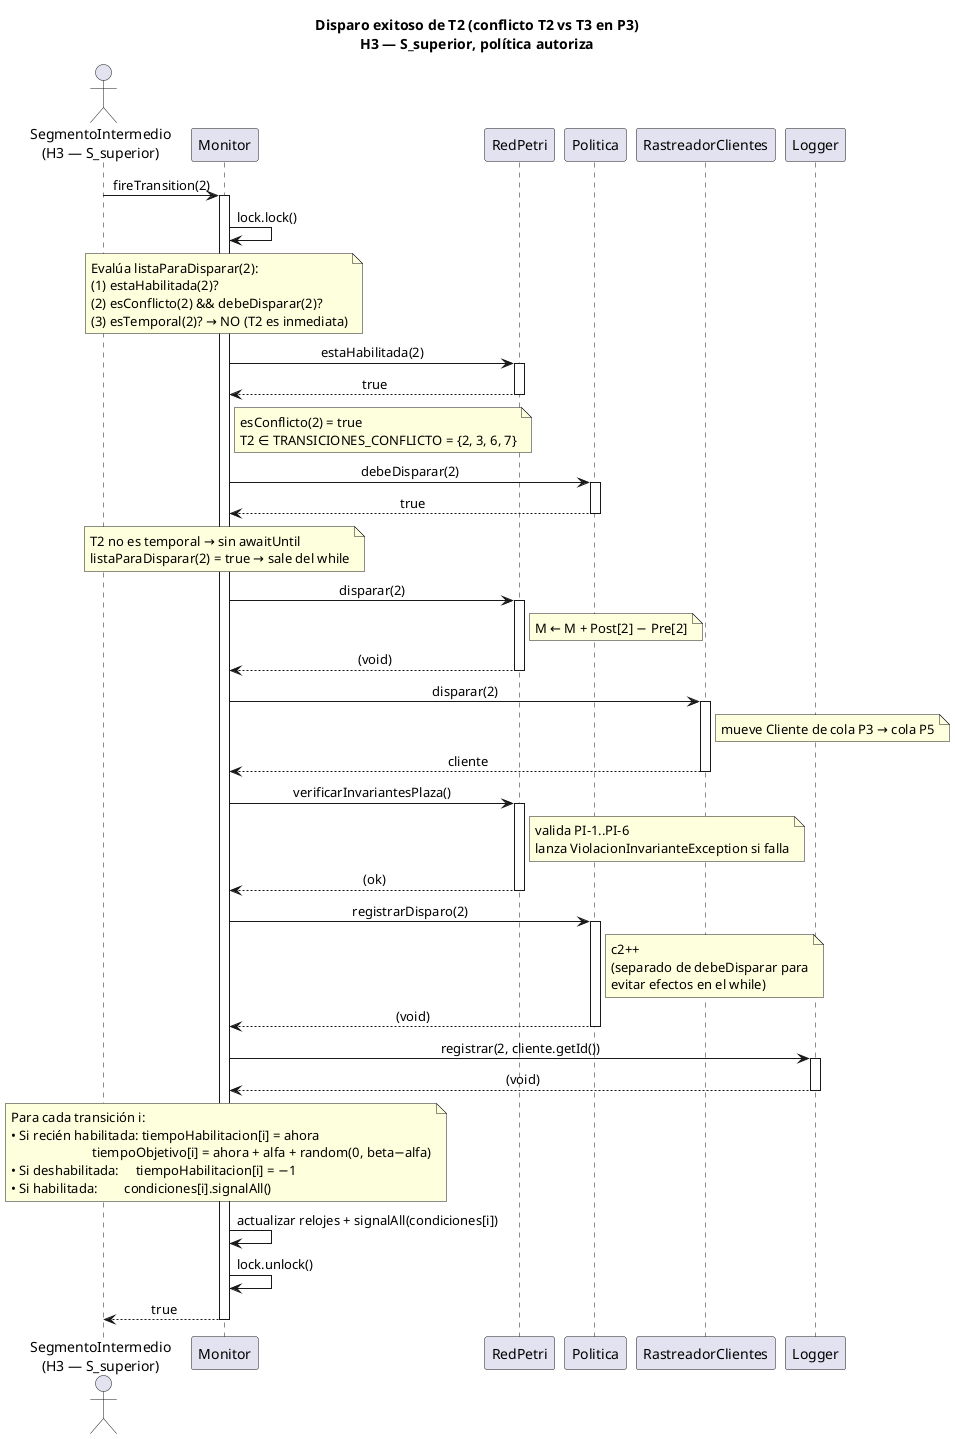
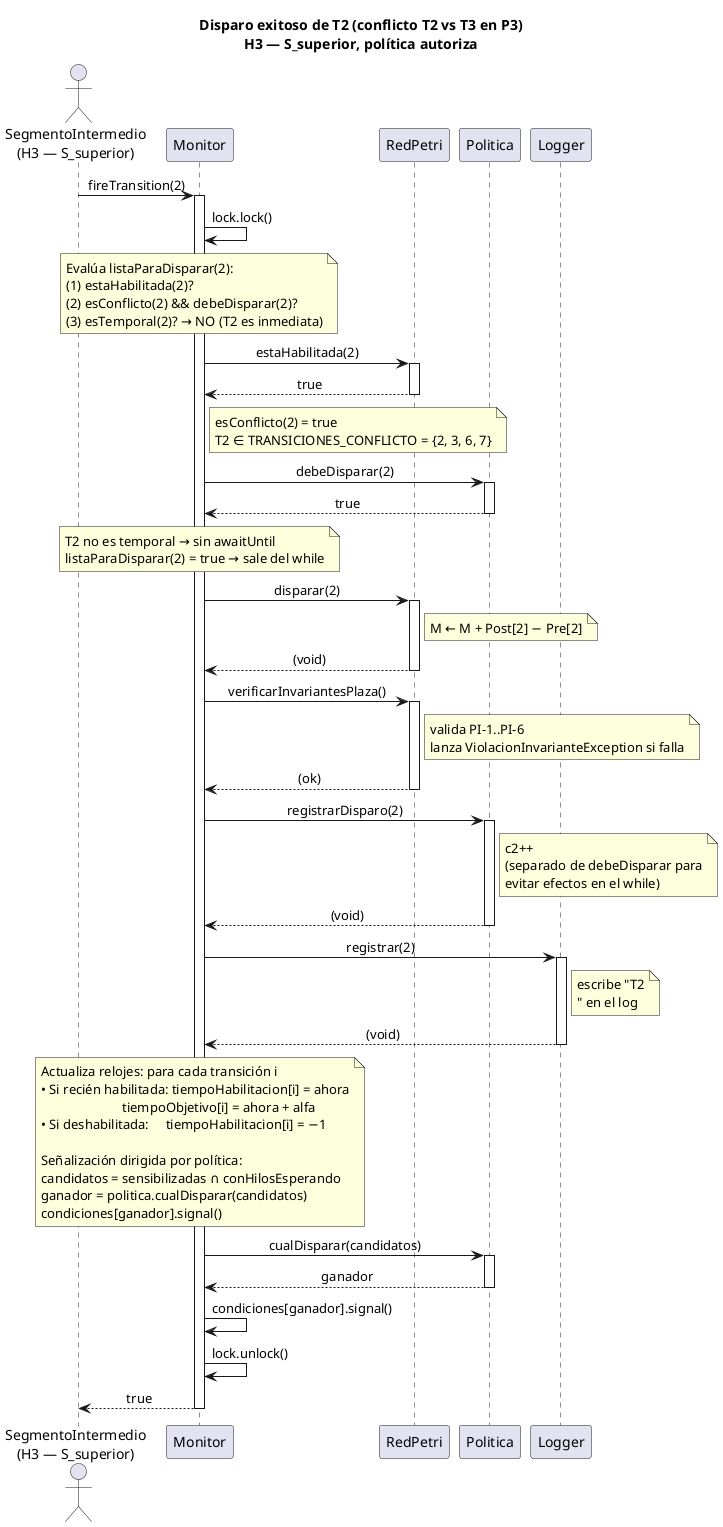
@startuml diagrama-secuencia

skinparam sequenceMessageAlign center
skinparam responseMessageBelowArrow true
skinparam sequenceFontSize 12

title Disparo exitoso de T2 (conflicto T2 vs T3 en P3)\nH3 — S_superior, política autoriza

actor "SegmentoIntermedio\n(H3 — S_superior)" as Thread
participant Monitor
participant RedPetri
participant Politica
- participant RastreadorClientes as Rastreador
participant Logger

Thread -> Monitor : fireTransition(2)
activate Monitor

Monitor -> Monitor : lock.lock()

note over Monitor
  Evalúa listaParaDisparar(2):
  (1) estaHabilitada(2)?
  (2) esConflicto(2) && debeDisparar(2)?
  (3) esTemporal(2)? → NO (T2 es inmediata)
end note

Monitor -> RedPetri : estaHabilitada(2)
activate RedPetri
RedPetri --> Monitor : true
deactivate RedPetri

note right of Monitor
  esConflicto(2) = true
  T2 ∈ TRANSICIONES_CONFLICTO = {2, 3, 6, 7}
end note

Monitor -> Politica : debeDisparar(2)
activate Politica
Politica --> Monitor : true
deactivate Politica

note over Monitor
  T2 no es temporal → sin awaitUntil
  listaParaDisparar(2) = true → sale del while
end note

Monitor -> RedPetri : disparar(2)
activate RedPetri
note right of RedPetri : M ← M + Post[2] − Pre[2]
RedPetri --> Monitor : (void)
deactivate RedPetri

- Monitor -> Rastreador : disparar(2)
- activate Rastreador
- note right of Rastreador : mueve Cliente de cola P3 → cola P5
- Rastreador --> Monitor : cliente
- deactivate Rastreador
- 
Monitor -> RedPetri : verificarInvariantesPlaza()
activate RedPetri
note right of RedPetri : valida PI-1..PI-6\nlanza ViolacionInvarianteException si falla
RedPetri --> Monitor : (ok)
deactivate RedPetri

Monitor -> Politica : registrarDisparo(2)
activate Politica
note right of Politica : c2++\n(separado de debeDisparar para\nevitar efectos en el while)
Politica --> Monitor : (void)
deactivate Politica

- Monitor -> Logger : registrar(2, cliente.getId())
+ Monitor -> Logger : registrar(2)
activate Logger
+ note right of Logger : escribe "T2\n" en el log
Logger --> Monitor : (void)
deactivate Logger

note over Monitor
-   Para cada transición i:
+   Actualiza relojes: para cada transición i
  • Si recién habilitada: tiempoHabilitacion[i] = ahora
-                           tiempoObjetivo[i] = ahora + alfa + random(0, beta−alfa)
+                           tiempoObjetivo[i] = ahora + alfa
  • Si deshabilitada:     tiempoHabilitacion[i] = −1
-   • Si habilitada:        condiciones[i].signalAll()
+ 
+   Señalización dirigida por política:
+   candidatos = sensibilizadas ∩ conHilosEsperando
+   ganador = politica.cualDisparar(candidatos)
+   condiciones[ganador].signal()
end note

- Monitor -> Monitor : actualizar relojes + signalAll(condiciones[i])
+ Monitor -> Politica : cualDisparar(candidatos)
+ activate Politica
+ Politica --> Monitor : ganador
+ deactivate Politica
+ 
+ Monitor -> Monitor : condiciones[ganador].signal()

Monitor -> Monitor : lock.unlock()

Monitor --> Thread : true
deactivate Monitor

@enduml
